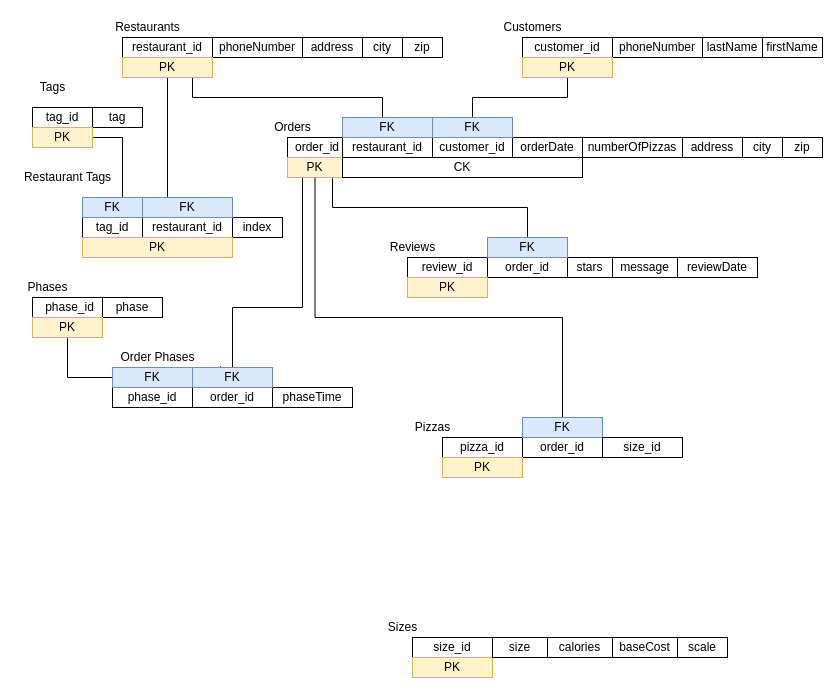
Before: Prooject2_CECS_323_Relation_Scheme.drawio in JosephRice22/CECS323, a draw.io diagram. Source tidied: cells renumbered, new cells numbered last; positions are measured from the earlier drawing's top-left corner, leaving out a move shared by most shapes. Both pictures are drawn from the tidied source at 100%, with x=0, y=0 at pixel (17, 17).
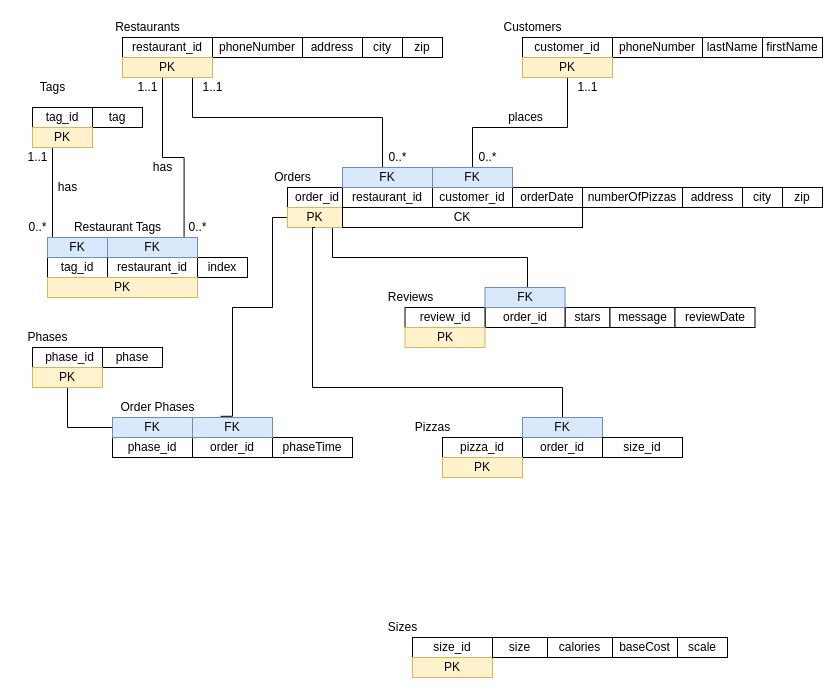
The same page after the edit.

Unchanged cells that the change refers to:
```xml
<mxCell id="25" value="PK" style="rounded=0;whiteSpace=wrap;html=1;fillColor=#fff2cc;strokeColor=#d6b656;" parent="1" vertex="1">
  <mxGeometry x="505" y="40" width="90" height="20" as="geometry" />
</mxCell>
<mxCell id="28" value="PK" style="rounded=0;whiteSpace=wrap;html=1;fillColor=#fff2cc;strokeColor=#d6b656;" parent="1" vertex="1">
  <mxGeometry x="105" y="40" width="90" height="20" as="geometry" />
</mxCell>
<mxCell id="32" value="PK" style="rounded=0;whiteSpace=wrap;html=1;fillColor=#fff2cc;strokeColor=#d6b656;" parent="1" vertex="1">
  <mxGeometry x="15" y="110" width="60" height="20" as="geometry" />
</mxCell>
<mxCell id="58" value="FK" style="rounded=0;whiteSpace=wrap;html=1;fillColor=#dae8fc;strokeColor=#6c8ebf;" parent="1" vertex="1">
  <mxGeometry x="505" y="400" width="80" height="20" as="geometry" />
</mxCell>
```

Diff of the diagram source:
```diff
@@
     <mxCell id="13" value="tag_id" style="rounded=0;whiteSpace=wrap;html=1;" parent="1" vertex="1">
-      <mxGeometry x="65" y="200" width="60" height="20" as="geometry" />
+      <mxGeometry x="30" y="240" width="60" height="20" as="geometry" />
     </mxCell>
     <mxCell id="14" value="restaurant_id" style="rounded=0;whiteSpace=wrap;html=1;" parent="1" vertex="1">
-      <mxGeometry x="125" y="200" width="90" height="20" as="geometry" />
+      <mxGeometry x="90" y="240" width="90" height="20" as="geometry" />
     </mxCell>
     <mxCell id="15" value="index" style="rounded=0;whiteSpace=wrap;html=1;" parent="1" vertex="1">
-      <mxGeometry x="215" y="200" width="50" height="20" as="geometry" />
+      <mxGeometry x="180" y="240" width="50" height="20" as="geometry" />
     </mxCell>
     <mxCell id="16" value="order_id" style="rounded=0;whiteSpace=wrap;html=1;" parent="1" vertex="1">
-      <mxGeometry x="270" y="120" width="60" height="20" as="geometry" />
+      <mxGeometry x="270" y="170" width="60" height="20" as="geometry" />
     </mxCell>
     <mxCell id="17" value="orderDate" style="rounded=0;whiteSpace=wrap;html=1;" parent="1" vertex="1">
-      <mxGeometry x="495" y="120" width="70" height="20" as="geometry" />
+      <mxGeometry x="495" y="170" width="70" height="20" as="geometry" />
     </mxCell>
     <mxCell id="18" value="numberOfPizzas" style="rounded=0;whiteSpace=wrap;html=1;" parent="1" vertex="1">
-      <mxGeometry x="565" y="120" width="100" height="20" as="geometry" />
+      <mxGeometry x="565" y="170" width="100" height="20" as="geometry" />
     </mxCell>
     <mxCell id="19" value="address" style="rounded=0;whiteSpace=wrap;html=1;" parent="1" vertex="1">
-      <mxGeometry x="665" y="120" width="60" height="20" as="geometry" />
+      <mxGeometry x="665" y="170" width="60" height="20" as="geometry" />
     </mxCell>
     <mxCell id="20" value="city" style="rounded=0;whiteSpace=wrap;html=1;" parent="1" vertex="1">
-      <mxGeometry x="725" y="120" width="40" height="20" as="geometry" />
+      <mxGeometry x="725" y="170" width="40" height="20" as="geometry" />
     </mxCell>
     <mxCell id="21" value="zip" style="rounded=0;whiteSpace=wrap;html=1;" parent="1" vertex="1">
-      <mxGeometry x="765" y="120" width="40" height="20" as="geometry" />
+      <mxGeometry x="765" y="170" width="40" height="20" as="geometry" />
     </mxCell>
     <mxCell id="22" value="customer_id" style="rounded=0;whiteSpace=wrap;html=1;" parent="1" vertex="1">
-      <mxGeometry x="415" y="120" width="80" height="20" as="geometry" />
+      <mxGeometry x="415" y="170" width="80" height="20" as="geometry" />
     </mxCell>
     <mxCell id="23" value="restaurant_id" style="rounded=0;whiteSpace=wrap;html=1;" parent="1" vertex="1">
-      <mxGeometry x="325" y="120" width="90" height="20" as="geometry" />
+      <mxGeometry x="325" y="170" width="90" height="20" as="geometry" />
     </mxCell>
-    <mxCell id="24" style="edgeStyle=orthogonalEdgeStyle;rounded=0;jettySize=auto;html=1;entryX=0.5;entryY=0;entryDx=0;entryDy=0;endArrow=none;endFill=0;" parent="1" edge="1" source="25" target="30">
+    <mxCell id="24" style="edgeStyle=orthogonalEdgeStyle;rounded=0;jettySize=auto;html=1;entryX=0.5;entryY=0;entryDx=0;entryDy=0;endArrow=none;endFill=0;exitX=0.5;exitY=1;exitDx=0;exitDy=0;" parent="1" edge="1" source="25" target="30">
       <mxGeometry relative="1" as="geometry">
         <Array as="points">
-          <mxPoint x="550" y="80" />
-          <mxPoint x="455" y="80" />
+          <mxPoint x="550" y="110" />
+          <mxPoint x="455" y="110" />
         </Array>
       </mxGeometry>
     </mxCell>
@@
     <mxCell id="26" style="edgeStyle=orthogonalEdgeStyle;rounded=0;jettySize=auto;html=1;entryX=0.429;entryY=0;entryDx=0;entryDy=0;entryPerimeter=0;endArrow=none;endFill=0;" parent="1" edge="1" source="28" target="29">
       <mxGeometry relative="1" as="geometry">
         <Array as="points">
-          <mxPoint x="175" y="80" />
-          <mxPoint x="365" y="80" />
+          <mxPoint x="175" y="100" />
+          <mxPoint x="365" y="100" />
+          <mxPoint x="365" y="150" />
         </Array>
       </mxGeometry>
     </mxCell>
-    <mxCell id="27" style="edgeStyle=orthogonalEdgeStyle;rounded=0;jettySize=auto;html=1;entryX=0.5;entryY=0;entryDx=0;entryDy=0;endArrow=none;endFill=0;" parent="1" edge="1" source="28" target="34">
+    <mxCell id="27" style="edgeStyle=orthogonalEdgeStyle;rounded=0;jettySize=auto;html=1;entryX=0.851;entryY=-0.03;entryDx=0;entryDy=0;entryPerimeter=0;endArrow=none;endFill=0;" parent="1" edge="1" source="28" target="34">
       <mxGeometry relative="1" as="geometry">
         <Array as="points">
-          <mxPoint x="150" y="180" />
+          <mxPoint x="145" y="140" />
+          <mxPoint x="167" y="140" />
         </Array>
       </mxGeometry>
     </mxCell>
@@
     <mxCell id="29" value="FK" style="rounded=0;whiteSpace=wrap;html=1;fillColor=#dae8fc;strokeColor=#6c8ebf;" parent="1" vertex="1">
-      <mxGeometry x="325" y="100" width="90" height="20" as="geometry" />
+      <mxGeometry x="325" y="150" width="90" height="20" as="geometry" />
     </mxCell>
     <mxCell id="30" value="FK" style="rounded=0;whiteSpace=wrap;html=1;fillColor=#dae8fc;strokeColor=#6c8ebf;" parent="1" vertex="1">
-      <mxGeometry x="415" y="100" width="80" height="20" as="geometry" />
+      <mxGeometry x="415" y="150" width="80" height="20" as="geometry" />
     </mxCell>
     <mxCell id="31" style="edgeStyle=orthogonalEdgeStyle;rounded=0;jettySize=auto;html=1;endArrow=none;endFill=0;entryX=0.5;entryY=0;entryDx=0;entryDy=0;" parent="1" edge="1" source="32" target="33">
       <mxGeometry relative="1" as="geometry">
         <Array as="points">
-          <mxPoint x="105" y="120" />
-          <mxPoint x="105" y="180" />
+          <mxPoint x="35" y="220" />
         </Array>
       </mxGeometry>
     </mxCell>
@@
     <mxCell id="33" value="FK" style="rounded=0;whiteSpace=wrap;html=1;fillColor=#dae8fc;strokeColor=#6c8ebf;" parent="1" vertex="1">
-      <mxGeometry x="65" y="180" width="60" height="20" as="geometry" />
+      <mxGeometry x="30" y="220" width="60" height="20" as="geometry" />
     </mxCell>
     <mxCell id="34" value="FK" style="rounded=0;whiteSpace=wrap;html=1;fillColor=#dae8fc;strokeColor=#6c8ebf;" parent="1" vertex="1">
-      <mxGeometry x="125" y="180" width="90" height="20" as="geometry" />
+      <mxGeometry x="90" y="220" width="90" height="20" as="geometry" />
     </mxCell>
     <mxCell id="35" style="edgeStyle=orthogonalEdgeStyle;rounded=0;jettySize=auto;html=1;entryX=0.35;entryY=-0.059;entryDx=0;entryDy=0;endArrow=none;endFill=0;entryPerimeter=0;" parent="1" edge="1" source="37" target="44">
       <mxGeometry relative="1" as="geometry">
         <Array as="points">
-          <mxPoint x="285" y="290" />
+          <mxPoint x="255" y="200" />
+          <mxPoint x="255" y="290" />
           <mxPoint x="215" y="290" />
-          <mxPoint x="215" y="350" />
-          <mxPoint x="203" y="350" />
+          <mxPoint x="215" y="399" />
         </Array>
       </mxGeometry>
     </mxCell>
     <mxCell id="36" style="edgeStyle=orthogonalEdgeStyle;rounded=0;jettySize=auto;html=1;entryX=0.5;entryY=0;entryDx=0;entryDy=0;endArrow=none;endFill=0;" parent="1" edge="1" source="37" target="52">
       <mxGeometry relative="1" as="geometry">
         <Array as="points">
-          <mxPoint x="315" y="190" />
-          <mxPoint x="510" y="190" />
+          <mxPoint x="315" y="240" />
+          <mxPoint x="510" y="240" />
+          <mxPoint x="510" y="270" />
         </Array>
       </mxGeometry>
     </mxCell>
     <mxCell id="37" value="PK" style="rounded=0;whiteSpace=wrap;html=1;fillColor=#fff2cc;strokeColor=#d6b656;" parent="1" vertex="1">
-      <mxGeometry x="270" y="140" width="55" height="20" as="geometry" />
+      <mxGeometry x="270" y="190" width="55" height="20" as="geometry" />
     </mxCell>
     <mxCell id="38" value="CK" style="rounded=0;whiteSpace=wrap;html=1;" parent="1" vertex="1">
-      <mxGeometry x="325" y="140" width="240" height="20" as="geometry" />
+      <mxGeometry x="325" y="190" width="240" height="20" as="geometry" />
     </mxCell>
     <mxCell id="39" value="phase_id" style="rounded=0;whiteSpace=wrap;html=1;" parent="1" vertex="1">
-      <mxGeometry x="15" y="280" width="75" height="20" as="geometry" />
+      <mxGeometry x="15" y="330" width="75" height="20" as="geometry" />
     </mxCell>
     <mxCell id="40" value="phaseTime" style="rounded=0;whiteSpace=wrap;html=1;" parent="1" vertex="1">
-      <mxGeometry x="255" y="370" width="80" height="20" as="geometry" />
+      <mxGeometry x="255" y="420" width="80" height="20" as="geometry" />
     </mxCell>
     <mxCell id="41" value="order_id" style="rounded=0;whiteSpace=wrap;html=1;" parent="1" vertex="1">
-      <mxGeometry x="175" y="370" width="80" height="20" as="geometry" />
+      <mxGeometry x="175" y="420" width="80" height="20" as="geometry" />
     </mxCell>
     <mxCell id="42" value="phase" style="rounded=0;whiteSpace=wrap;html=1;" parent="1" vertex="1">
-      <mxGeometry x="85" y="280" width="60" height="20" as="geometry" />
+      <mxGeometry x="85" y="330" width="60" height="20" as="geometry" />
     </mxCell>
     <mxCell id="43" value="phase_id" style="rounded=0;whiteSpace=wrap;html=1;" parent="1" vertex="1">
-      <mxGeometry x="95" y="370" width="80" height="20" as="geometry" />
+      <mxGeometry x="95" y="420" width="80" height="20" as="geometry" />
     </mxCell>
     <mxCell id="44" value="FK" style="rounded=0;whiteSpace=wrap;html=1;fillColor=#dae8fc;strokeColor=#6c8ebf;" parent="1" vertex="1">
-      <mxGeometry x="175" y="350" width="80" height="20" as="geometry" />
+      <mxGeometry x="175" y="400" width="80" height="20" as="geometry" />
     </mxCell>
@@
     <mxCell id="46" value="FK" style="rounded=0;whiteSpace=wrap;html=1;fillColor=#dae8fc;strokeColor=#6c8ebf;" parent="1" vertex="1">
-      <mxGeometry x="95" y="350" width="80" height="20" as="geometry" />
+      <mxGeometry x="95" y="400" width="80" height="20" as="geometry" />
     </mxCell>
     <mxCell id="47" value="PK" style="rounded=0;whiteSpace=wrap;html=1;fillColor=#fff2cc;strokeColor=#d6b656;" parent="1" vertex="1">
-      <mxGeometry x="15" y="300" width="70" height="20" as="geometry" />
+      <mxGeometry x="15" y="350" width="70" height="20" as="geometry" />
     </mxCell>
     <mxCell id="48" value="PK" style="rounded=0;whiteSpace=wrap;html=1;fillColor=#fff2cc;strokeColor=#d6b656;" parent="1" vertex="1">
-      <mxGeometry x="65" y="220" width="150" height="20" as="geometry" />
+      <mxGeometry x="30" y="260" width="150" height="20" as="geometry" />
     </mxCell>
     <mxCell id="49" value="stars" style="rounded=0;whiteSpace=wrap;html=1;" parent="1" vertex="1">
-      <mxGeometry x="550" y="240" width="45" height="20" as="geometry" />
+      <mxGeometry x="547.5" y="290" width="45" height="20" as="geometry" />
     </mxCell>
     <mxCell id="50" value="order_id" style="rounded=0;whiteSpace=wrap;html=1;" parent="1" vertex="1">
-      <mxGeometry x="470" y="240" width="80" height="20" as="geometry" />
+      <mxGeometry x="467.5" y="290" width="80" height="20" as="geometry" />
     </mxCell>
     <mxCell id="51" value="review_id" style="rounded=0;whiteSpace=wrap;html=1;" parent="1" vertex="1">
-      <mxGeometry x="390" y="240" width="80" height="20" as="geometry" />
+      <mxGeometry x="387.5" y="290" width="80" height="20" as="geometry" />
     </mxCell>
     <mxCell id="52" value="FK" style="rounded=0;whiteSpace=wrap;html=1;fillColor=#dae8fc;strokeColor=#6c8ebf;" parent="1" vertex="1">
-      <mxGeometry x="470" y="220" width="80" height="20" as="geometry" />
+      <mxGeometry x="467.5" y="270" width="80" height="20" as="geometry" />
     </mxCell>
     <mxCell id="53" value="PK" style="rounded=0;whiteSpace=wrap;html=1;fillColor=#fff2cc;strokeColor=#d6b656;" parent="1" vertex="1">
-      <mxGeometry x="390" y="260" width="80" height="20" as="geometry" />
+      <mxGeometry x="387.5" y="310" width="80" height="20" as="geometry" />
     </mxCell>
     <mxCell id="54" value="message" style="rounded=0;whiteSpace=wrap;html=1;" parent="1" vertex="1">
-      <mxGeometry x="595" y="240" width="65" height="20" as="geometry" />
+      <mxGeometry x="592.5" y="290" width="65" height="20" as="geometry" />
     </mxCell>
@@
     <mxCell id="57" style="edgeStyle=orthogonalEdgeStyle;rounded=0;jettySize=auto;html=1;entryX=0.5;entryY=1;entryDx=0;entryDy=0;endArrow=none;endFill=0;" parent="1" edge="1" source="58" target="37">
       <mxGeometry relative="1" as="geometry">
         <Array as="points">
-          <mxPoint x="545" y="300" />
-          <mxPoint x="298" y="300" />
+          <mxPoint x="545" y="370" />
+          <mxPoint x="295" y="370" />
+          <mxPoint x="295" y="210" />
         </Array>
       </mxGeometry>
     </mxCell>
@@
     <mxCell id="60" value="reviewDate" style="rounded=0;whiteSpace=wrap;html=1;" parent="1" vertex="1">
-      <mxGeometry x="660" y="240" width="80" height="20" as="geometry" />
+      <mxGeometry x="657.5" y="290" width="80" height="20" as="geometry" />
     </mxCell>
@@
     <mxCell id="63" value="Orders" style="text;html=1;align=center;verticalAlign=middle;strokeColor=none;fillColor=none;" parent="1" vertex="1">
-      <mxGeometry x="250" y="100" width="50" height="20" as="geometry" />
+      <mxGeometry x="250" y="150" width="50" height="20" as="geometry" />
     </mxCell>
@@
     <mxCell id="65" value="Restaurant Tags" style="text;html=1;align=center;verticalAlign=middle;strokeColor=none;fillColor=none;" parent="1" vertex="1">
-      <mxGeometry y="150" width="100" height="20" as="geometry" />
+      <mxGeometry x="50" y="200" width="100" height="20" as="geometry" />
     </mxCell>
     <mxCell id="66" value="Reviews" style="text;html=1;align=center;verticalAlign=middle;strokeColor=none;fillColor=none;" parent="1" vertex="1">
-      <mxGeometry x="365" y="220" width="60" height="20" as="geometry" />
+      <mxGeometry x="362.5" y="270" width="60" height="20" as="geometry" />
     </mxCell>
@@
     <mxCell id="68" value="Phases" style="text;html=1;align=center;verticalAlign=middle;strokeColor=none;fillColor=none;" parent="1" vertex="1">
-      <mxGeometry y="260" width="60" height="20" as="geometry" />
+      <mxGeometry y="310" width="60" height="20" as="geometry" />
     </mxCell>
     <mxCell id="69" value="Order Phases" style="text;html=1;align=center;verticalAlign=middle;strokeColor=none;fillColor=none;" parent="1" vertex="1">
-      <mxGeometry x="95" y="330" width="90" height="20" as="geometry" />
+      <mxGeometry x="95" y="380" width="90" height="20" as="geometry" />
     </mxCell>
@@
+    <mxCell id="78" value="1..1" style="text;html=1;align=center;verticalAlign=middle;strokeColor=none;fillColor=none;" parent="1" vertex="1">
+      <mxGeometry x="175" y="60" width="40" height="20" as="geometry" />
+    </mxCell>
+    <mxCell id="79" value="1..1" style="text;html=1;align=center;verticalAlign=middle;strokeColor=none;fillColor=none;" parent="1" vertex="1">
+      <mxGeometry x="550" y="60" width="40" height="20" as="geometry" />
+    </mxCell>
+    <mxCell id="80" value="1..1" style="text;html=1;align=center;verticalAlign=middle;strokeColor=none;fillColor=none;" parent="1" vertex="1">
+      <mxGeometry x="110" y="60" width="40" height="20" as="geometry" />
+    </mxCell>
+    <mxCell id="81" value="1..1" style="text;html=1;align=center;verticalAlign=middle;strokeColor=none;fillColor=none;" parent="1" vertex="1">
+      <mxGeometry y="130" width="40" height="20" as="geometry" />
+    </mxCell>
+    <mxCell id="82" value="0..*" style="text;html=1;align=center;verticalAlign=middle;strokeColor=none;fillColor=none;" parent="1" vertex="1">
+      <mxGeometry x="5" y="200" width="30" height="20" as="geometry" />
+    </mxCell>
+    <mxCell id="83" value="0..*" style="text;html=1;align=center;verticalAlign=middle;strokeColor=none;fillColor=none;" parent="1" vertex="1">
+      <mxGeometry x="165" y="200" width="30" height="20" as="geometry" />
+    </mxCell>
+    <mxCell id="84" value="has" style="text;html=1;align=center;verticalAlign=middle;strokeColor=none;fillColor=none;" parent="1" vertex="1">
+      <mxGeometry x="30" y="160" width="40" height="20" as="geometry" />
+    </mxCell>
+    <mxCell id="85" value="has" style="text;html=1;align=center;verticalAlign=middle;strokeColor=none;fillColor=none;" parent="1" vertex="1">
+      <mxGeometry x="125" y="140" width="40" height="20" as="geometry" />
+    </mxCell>
+    <mxCell id="86" value="0..*" style="text;html=1;align=center;verticalAlign=middle;strokeColor=none;fillColor=none;" parent="1" vertex="1">
+      <mxGeometry x="365" y="130" width="30" height="20" as="geometry" />
+    </mxCell>
+    <mxCell id="87" value="0..*" style="text;html=1;align=center;verticalAlign=middle;strokeColor=none;fillColor=none;" parent="1" vertex="1">
+      <mxGeometry x="455" y="130" width="30" height="20" as="geometry" />
+    </mxCell>
+    <mxCell id="88" value="places" style="text;html=1;align=center;verticalAlign=middle;strokeColor=none;fillColor=none;" parent="1" vertex="1">
+      <mxGeometry x="482.5" y="90" width="50" height="20" as="geometry" />
+    </mxCell>
```
